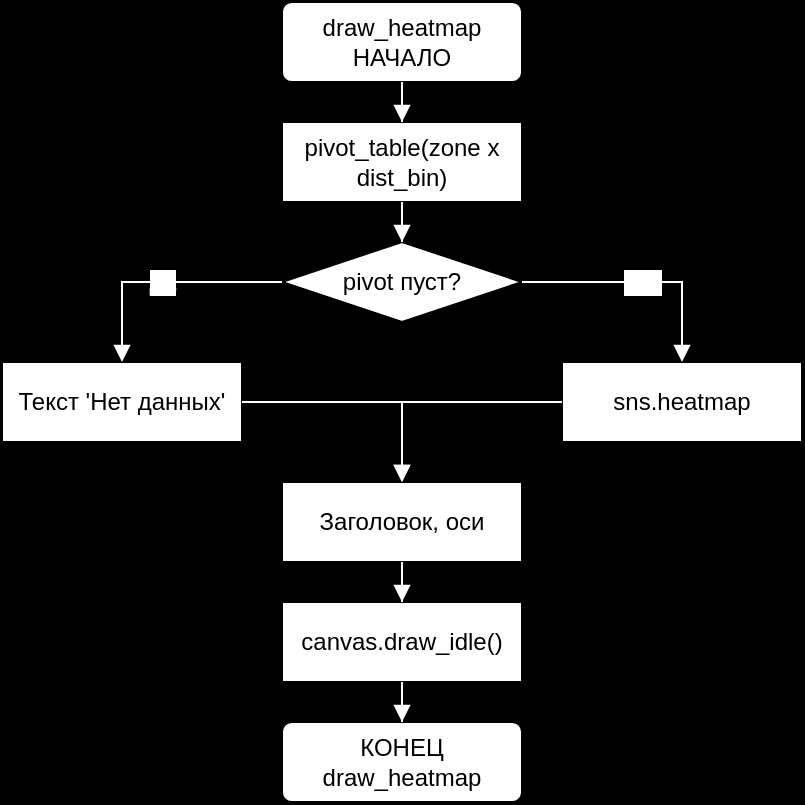
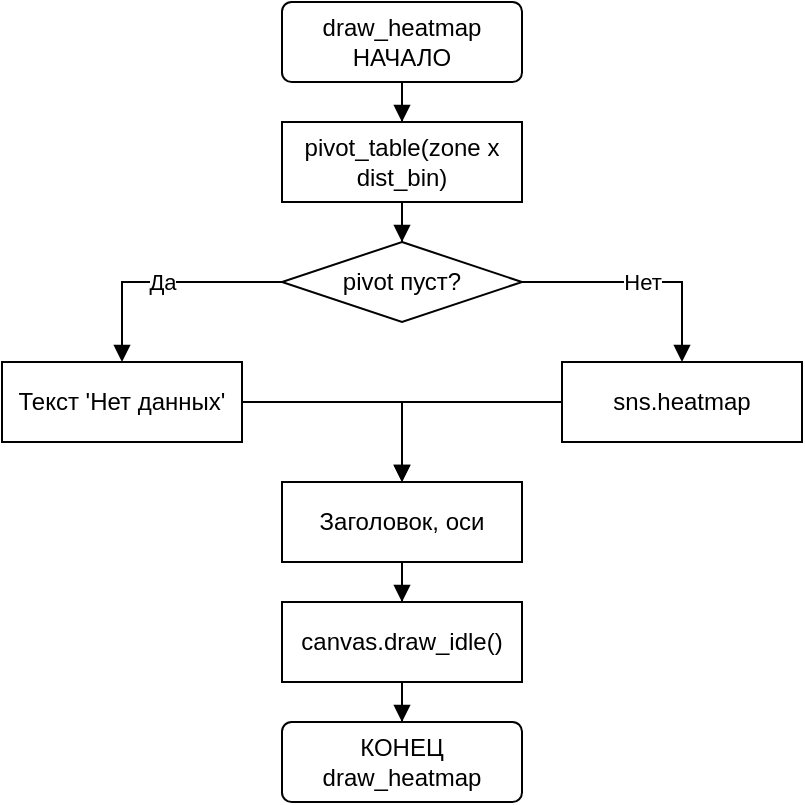
<mxfile host="Electron" version="29.6.1">
  <diagram name="Страница-1" id="d1">
-     <mxGraphModel dx="1400" dy="800" grid="1" gridSize="10" guides="1" tooltips="1" connect="1" arrows="1" fold="1" page="0" pageScale="1" pageWidth="827" pageHeight="1169" math="0" shadow="0" background="#000000">
+     <mxGraphModel dx="1400" dy="800" grid="1" gridSize="10" guides="1" tooltips="1" connect="1" arrows="1" fold="1" page="0" pageScale="1" pageWidth="827" pageHeight="1169" math="0" shadow="0" background="#ffffff">
      <root>
        <mxCell id="0" />
        <mxCell id="1" parent="0" />
        <mxCell id="a" value="&lt;div&gt;draw_heatmap&lt;/div&gt;&lt;div&gt;НАЧАЛО&lt;/div&gt;" style="rounded=1;arcSize=12;whiteSpace=wrap;html=1;fillColor=#ffffff;strokeColor=#000000;fontColor=#000000;" vertex="1" parent="1"><mxGeometry x="160" y="0" width="120" height="40" as="geometry" /></mxCell>
        <mxCell id="p1" value="pivot_table(zone x dist_bin)" style="rounded=0;whiteSpace=wrap;html=1;fillColor=#ffffff;strokeColor=#000000;fontColor=#000000;" vertex="1" parent="1"><mxGeometry x="160" y="60" width="120" height="40" as="geometry" /></mxCell>
        <mxCell id="c1" value="pivot пуст?" style="rhombus;whiteSpace=wrap;html=1;fillColor=#ffffff;strokeColor=#000000;fontColor=#000000;" vertex="1" parent="1"><mxGeometry x="160" y="120" width="120" height="40" as="geometry" /></mxCell>
        <mxCell id="b1" value="Текст 'Нет данных'" style="rounded=0;whiteSpace=wrap;html=1;fillColor=#ffffff;strokeColor=#000000;fontColor=#000000;" vertex="1" parent="1"><mxGeometry x="20" y="180" width="120" height="40" as="geometry" /></mxCell>
        <mxCell id="b2" value="sns.heatmap" style="rounded=0;whiteSpace=wrap;html=1;fillColor=#ffffff;strokeColor=#000000;fontColor=#000000;" vertex="1" parent="1"><mxGeometry x="300" y="180" width="120" height="40" as="geometry" /></mxCell>
        <mxCell id="p2" value="Заголовок, оси" style="rounded=0;whiteSpace=wrap;html=1;fillColor=#ffffff;strokeColor=#000000;fontColor=#000000;" vertex="1" parent="1"><mxGeometry x="160" y="240" width="120" height="40" as="geometry" /></mxCell>
        <mxCell id="p3" value="canvas.draw_idle()" style="rounded=0;whiteSpace=wrap;html=1;fillColor=#ffffff;strokeColor=#000000;fontColor=#000000;" vertex="1" parent="1"><mxGeometry x="160" y="300" width="120" height="40" as="geometry" /></mxCell>
        <mxCell id="e" value="&lt;div&gt;КОНЕЦ&lt;/div&gt;&lt;div&gt;draw_heatmap&lt;/div&gt;" style="rounded=1;arcSize=12;whiteSpace=wrap;html=1;fillColor=#ffffff;strokeColor=#000000;fontColor=#000000;" vertex="1" parent="1"><mxGeometry x="160" y="360" width="120" height="40" as="geometry" /></mxCell>
-         <mxCell id="e0" value="" style="edgeStyle=orthogonalEdgeStyle;rounded=0;orthogonalLoop=1;jettySize=auto;html=1;endArrow=block;endFill=1;strokeColor=#ffffff;fontColor=#ffffff;" edge="1" parent="1" source="a" target="p1"><mxGeometry relative="1" as="geometry" /></mxCell>
-         <mxCell id="e1" value="" style="edgeStyle=orthogonalEdgeStyle;rounded=0;orthogonalLoop=1;jettySize=auto;html=1;endArrow=block;endFill=1;strokeColor=#ffffff;fontColor=#ffffff;" edge="1" parent="1" source="p1" target="c1"><mxGeometry relative="1" as="geometry" /></mxCell>
-         <mxCell id="e2" value="Да" style="edgeStyle=orthogonalEdgeStyle;rounded=0;orthogonalLoop=1;jettySize=auto;html=1;endArrow=block;endFill=1;strokeColor=#ffffff;fontColor=#ffffff;" edge="1" parent="1" source="c1" target="b1"><mxGeometry relative="1" as="geometry" /></mxCell>
-         <mxCell id="e3" value="Нет" style="edgeStyle=orthogonalEdgeStyle;rounded=0;orthogonalLoop=1;jettySize=auto;html=1;endArrow=block;endFill=1;strokeColor=#ffffff;fontColor=#ffffff;" edge="1" parent="1" source="c1" target="b2"><mxGeometry relative="1" as="geometry" /></mxCell>
-         <mxCell id="e4" value="" style="edgeStyle=orthogonalEdgeStyle;rounded=0;orthogonalLoop=1;jettySize=auto;html=1;endArrow=block;endFill=1;strokeColor=#ffffff;fontColor=#ffffff;" edge="1" parent="1" source="b1" target="p2"><mxGeometry relative="1" as="geometry" /></mxCell>
-         <mxCell id="e5" value="" style="edgeStyle=orthogonalEdgeStyle;rounded=0;orthogonalLoop=1;jettySize=auto;html=1;endArrow=block;endFill=1;strokeColor=#ffffff;fontColor=#ffffff;" edge="1" parent="1" source="b2" target="p2"><mxGeometry relative="1" as="geometry" /></mxCell>
-         <mxCell id="e6" value="" style="edgeStyle=orthogonalEdgeStyle;rounded=0;orthogonalLoop=1;jettySize=auto;html=1;endArrow=block;endFill=1;strokeColor=#ffffff;fontColor=#ffffff;" edge="1" parent="1" source="p2" target="p3"><mxGeometry relative="1" as="geometry" /></mxCell>
-         <mxCell id="e7" value="" style="edgeStyle=orthogonalEdgeStyle;rounded=0;orthogonalLoop=1;jettySize=auto;html=1;endArrow=block;endFill=1;strokeColor=#ffffff;fontColor=#ffffff;" edge="1" parent="1" source="p3" target="e"><mxGeometry relative="1" as="geometry" /></mxCell>
+         <mxCell id="e0" value="" style="edgeStyle=orthogonalEdgeStyle;rounded=0;orthogonalLoop=1;jettySize=auto;html=1;endArrow=block;endFill=1;strokeColor=#000000;fontColor=#000000;" edge="1" parent="1" source="a" target="p1"><mxGeometry relative="1" as="geometry" /></mxCell>
+         <mxCell id="e1" value="" style="edgeStyle=orthogonalEdgeStyle;rounded=0;orthogonalLoop=1;jettySize=auto;html=1;endArrow=block;endFill=1;strokeColor=#000000;fontColor=#000000;" edge="1" parent="1" source="p1" target="c1"><mxGeometry relative="1" as="geometry" /></mxCell>
+         <mxCell id="e2" value="Да" style="edgeStyle=orthogonalEdgeStyle;rounded=0;orthogonalLoop=1;jettySize=auto;html=1;endArrow=block;endFill=1;strokeColor=#000000;fontColor=#000000;" edge="1" parent="1" source="c1" target="b1"><mxGeometry relative="1" as="geometry" /></mxCell>
+         <mxCell id="e3" value="Нет" style="edgeStyle=orthogonalEdgeStyle;rounded=0;orthogonalLoop=1;jettySize=auto;html=1;endArrow=block;endFill=1;strokeColor=#000000;fontColor=#000000;" edge="1" parent="1" source="c1" target="b2"><mxGeometry relative="1" as="geometry" /></mxCell>
+         <mxCell id="e4" value="" style="edgeStyle=orthogonalEdgeStyle;rounded=0;orthogonalLoop=1;jettySize=auto;html=1;endArrow=block;endFill=1;strokeColor=#000000;fontColor=#000000;" edge="1" parent="1" source="b1" target="p2"><mxGeometry relative="1" as="geometry" /></mxCell>
+         <mxCell id="e5" value="" style="edgeStyle=orthogonalEdgeStyle;rounded=0;orthogonalLoop=1;jettySize=auto;html=1;endArrow=block;endFill=1;strokeColor=#000000;fontColor=#000000;" edge="1" parent="1" source="b2" target="p2"><mxGeometry relative="1" as="geometry" /></mxCell>
+         <mxCell id="e6" value="" style="edgeStyle=orthogonalEdgeStyle;rounded=0;orthogonalLoop=1;jettySize=auto;html=1;endArrow=block;endFill=1;strokeColor=#000000;fontColor=#000000;" edge="1" parent="1" source="p2" target="p3"><mxGeometry relative="1" as="geometry" /></mxCell>
+         <mxCell id="e7" value="" style="edgeStyle=orthogonalEdgeStyle;rounded=0;orthogonalLoop=1;jettySize=auto;html=1;endArrow=block;endFill=1;strokeColor=#000000;fontColor=#000000;" edge="1" parent="1" source="p3" target="e"><mxGeometry relative="1" as="geometry" /></mxCell>
      </root>
    </mxGraphModel>
  </diagram>
</mxfile>